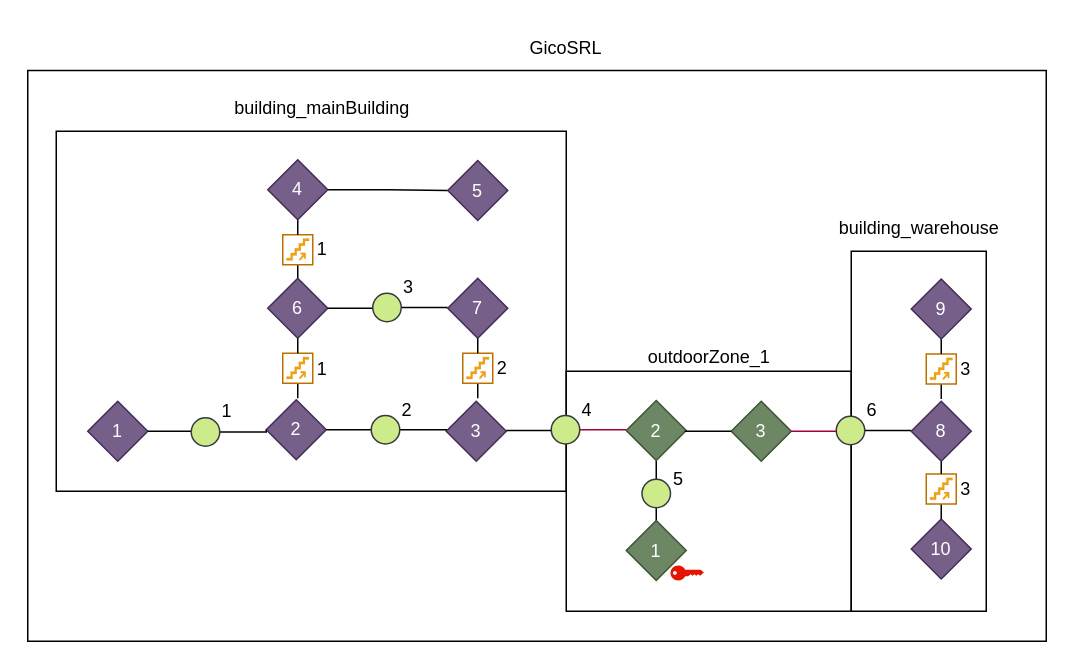
Earlier version of the draw.io diagram surveillance_map_reboot.drawio (Paro2621/AI). Source tidied: cells renumbered, new cells numbered last; positions are measured from the earlier drawing's top-left corner, leaving out a move shared by most shapes. Both pictures are drawn from the tidied source at 150%, with x=0, y=0 at pixel (27, 26).
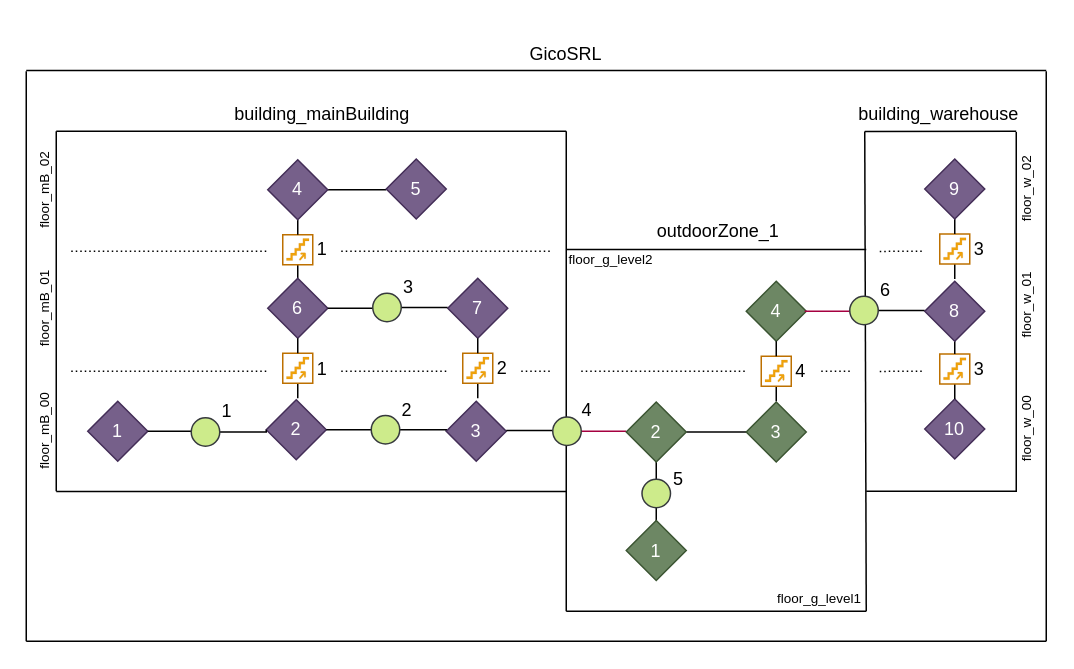
The same page after the edit.

The edit, as a diff of the source:
```diff
@@
-    <mxCell id="2" style="rounded=0;whiteSpace=wrap;html=1;fillColor=none;" parent="1" vertex="1">
-      <mxGeometry y="29.5" width="679" height="380.5" as="geometry" />
-    </mxCell>
-    <mxCell id="3" style="rounded=0;whiteSpace=wrap;html=1;fillColor=none;" parent="1" vertex="1">
-      <mxGeometry x="549" y="150" width="90" height="240" as="geometry" />
-    </mxCell>
-    <mxCell id="4" style="rounded=0;whiteSpace=wrap;html=1;fillColor=none;" parent="1" vertex="1">
-      <mxGeometry x="19" y="70" width="340" height="240" as="geometry" />
-    </mxCell>
-    <mxCell id="5" style="rounded=0;whiteSpace=wrap;html=1;fillColor=none;" parent="1" vertex="1">
-      <mxGeometry x="359" y="230" width="190" height="160" as="geometry" />
-    </mxCell>
+    <mxCell id="75" style="endArrow=none;html=1;rounded=0;" parent="1" edge="1">
+      <mxGeometry relative="1" as="geometry">
+        <mxPoint x="559" y="390" as="sourcePoint" />
+        <mxPoint x="558" y="70.1" as="targetPoint" />
+      </mxGeometry>
+    </mxCell>
+    <mxCell id="76" style="endArrow=none;html=1;rounded=0;" parent="1" edge="1">
+      <mxGeometry relative="1" as="geometry">
+        <mxPoint x="359" y="390" as="sourcePoint" />
+        <mxPoint x="359" y="70" as="targetPoint" />
+      </mxGeometry>
+    </mxCell>
@@
     <mxCell id="17" value="5" style="rhombus;whiteSpace=wrap;html=1;fillColor=#76608a;fontColor=#ffffff;strokeColor=#432D57;" parent="1" vertex="1">
-      <mxGeometry x="280" y="89.5" width="40" height="40" as="geometry" />
+      <mxGeometry x="239" y="88.5" width="40" height="40" as="geometry" />
     </mxCell>
@@
-    <mxCell id="22" value="3" style="rhombus;whiteSpace=wrap;html=1;fillColor=#6d8764;strokeColor=#3A5431;fontColor=#ffffff;" parent="1" vertex="1">
-      <mxGeometry x="469" y="250" width="40" height="40" as="geometry" />
+    <mxCell id="22" value="4" style="rhombus;whiteSpace=wrap;html=1;fillColor=#6d8764;strokeColor=#3A5431;fontColor=#ffffff;" parent="1" vertex="1">
+      <mxGeometry x="479" y="170" width="40" height="40" as="geometry" />
     </mxCell>
@@
-    <mxCell id="25" style="ellipse;whiteSpace=wrap;html=1;fillColor=#cdeb8b;strokeColor=#36393d;" parent="1" vertex="1">
-      <mxGeometry x="349" y="259.5" width="19" height="19" as="geometry" />
+    <mxCell id="25" style="ellipse;whiteSpace=wrap;html=1;fillColor=#cdeb8b;strokeColor=#36393d;rotation=0;" parent="1" vertex="1">
+      <mxGeometry x="350" y="260.5" width="19" height="19" as="geometry" />
     </mxCell>
@@
     <mxCell id="27" style="edgeStyle=orthogonalEdgeStyle;rounded=0;jettySize=auto;html=1;exitX=1;exitY=0.5;exitDx=0;exitDy=0;entryX=0;entryY=0.5;entryDx=0;entryDy=0;endArrow=none;endFill=0;fillColor=#d80073;strokeColor=#A50040;" parent="1" edge="1" target="29">
       <mxGeometry relative="1" as="geometry">
-        <mxPoint x="509" y="270" as="sourcePoint" />
+        <mxPoint x="518" y="190" as="sourcePoint" />
       </mxGeometry>
     </mxCell>
@@
     <mxCell id="29" style="ellipse;whiteSpace=wrap;html=1;fillColor=#cdeb8b;strokeColor=#36393d;" parent="1" vertex="1">
-      <mxGeometry x="539" y="260" width="19" height="19" as="geometry" />
+      <mxGeometry x="548" y="180" width="19" height="19" as="geometry" />
     </mxCell>
     <mxCell id="30" style="edgeStyle=orthogonalEdgeStyle;rounded=0;jettySize=auto;html=1;exitX=0.5;exitY=1;exitDx=0;exitDy=0;entryX=0.5;entryY=0;entryDx=0;entryDy=0;endArrow=none;endFill=0;" parent="1" edge="1" source="31">
       <mxGeometry relative="1" as="geometry">
-        <mxPoint x="609" y="248.5" as="targetPoint" />
+        <mxPoint x="618" y="168.5" as="targetPoint" />
       </mxGeometry>
     </mxCell>
     <mxCell id="31" style="rounded=0;whiteSpace=wrap;html=1;fillColor=none;fontColor=#000000;strokeColor=#BD7000;" parent="1" vertex="1">
-      <mxGeometry x="599" y="218.5" width="20" height="20" as="geometry" />
+      <mxGeometry x="608" y="138.5" width="20" height="20" as="geometry" />
     </mxCell>
     <mxCell id="32" style="shape=mxgraph.signs.travel.upstairs;html=1;fillColor=#f0a30a;strokeColor=#BD7000;verticalLabelPosition=bottom;verticalAlign=top;align=center;fontColor=#000000;strokeWidth=0;" parent="1" vertex="1">
-      <mxGeometry x="601.5" y="221" width="15" height="15" as="geometry" />
+      <mxGeometry x="610.5" y="141" width="15" height="15" as="geometry" />
     </mxCell>
@@
     <mxCell id="34" value="9" style="rhombus;whiteSpace=wrap;html=1;fillColor=#76608a;fontColor=#ffffff;strokeColor=#432D57;" parent="1" vertex="1">
-      <mxGeometry x="589" y="168.5" width="40" height="40" as="geometry" />
+      <mxGeometry x="598" y="88.5" width="40" height="40" as="geometry" />
     </mxCell>
     <mxCell id="35" value="10" style="rhombus;whiteSpace=wrap;html=1;fillColor=#76608a;fontColor=#ffffff;strokeColor=#432D57;" parent="1" vertex="1">
-      <mxGeometry x="589" y="328.5" width="40" height="40" as="geometry" />
+      <mxGeometry x="598" y="248.5" width="40" height="40" as="geometry" />
     </mxCell>
     <mxCell id="36" style="edgeStyle=orthogonalEdgeStyle;rounded=0;jettySize=auto;html=1;exitX=0.5;exitY=1;exitDx=0;exitDy=0;entryX=0.5;entryY=0;entryDx=0;entryDy=0;endArrow=none;endFill=0;" parent="1" edge="1" source="37">
       <mxGeometry relative="1" as="geometry">
-        <mxPoint x="609" y="328.5" as="targetPoint" />
+        <mxPoint x="618" y="248.5" as="targetPoint" />
       </mxGeometry>
     </mxCell>
     <mxCell id="37" style="rounded=0;whiteSpace=wrap;html=1;fillColor=none;fontColor=#000000;strokeColor=#BD7000;" parent="1" vertex="1">
-      <mxGeometry x="599" y="298.5" width="20" height="20" as="geometry" />
+      <mxGeometry x="608" y="218.5" width="20" height="20" as="geometry" />
     </mxCell>
     <mxCell id="38" style="shape=mxgraph.signs.travel.upstairs;html=1;fillColor=#f0a30a;strokeColor=#BD7000;verticalLabelPosition=bottom;verticalAlign=top;align=center;fontColor=#000000;strokeWidth=0;" parent="1" vertex="1">
-      <mxGeometry x="601.5" y="301" width="15" height="15" as="geometry" />
+      <mxGeometry x="610.5" y="221" width="15" height="15" as="geometry" />
     </mxCell>
     <mxCell id="39" style="edgeStyle=orthogonalEdgeStyle;rounded=0;jettySize=auto;html=1;exitX=0.5;exitY=1;exitDx=0;exitDy=0;entryX=0.5;entryY=0;entryDx=0;entryDy=0;endArrow=none;endFill=0;" parent="1" edge="1" target="37">
       <mxGeometry relative="1" as="geometry">
-        <mxPoint x="609" y="288.5" as="sourcePoint" />
+        <mxPoint x="618" y="208.5" as="sourcePoint" />
       </mxGeometry>
     </mxCell>
@@
     <mxCell id="52" value="8" style="rhombus;whiteSpace=wrap;html=1;fillColor=#76608a;fontColor=#ffffff;strokeColor=#432D57;" parent="1" vertex="1">
-      <mxGeometry x="589" y="250" width="40" height="40" as="geometry" />
+      <mxGeometry x="598" y="170" width="40" height="40" as="geometry" />
     </mxCell>
-    <mxCell id="53" style="verticalLabelPosition=bottom;sketch=0;html=1;verticalAlign=top;align=center;shape=mxgraph.cisco19.key;fillColor=#e51400;strokeColor=#B20000;fontColor=#ffffff;" parent="1" vertex="1">
-      <mxGeometry x="428.5" y="359.5" width="22.2" height="10" as="geometry" />
-    </mxCell>
@@
     <mxCell id="57" value="3" style="text;html=1;align=center;verticalAlign=middle;whiteSpace=wrap;rounded=0;" parent="1" vertex="1">
-      <mxGeometry x="619" y="216" width="12.5" height="25" as="geometry" />
+      <mxGeometry x="628" y="136" width="12.5" height="25" as="geometry" />
     </mxCell>
     <mxCell id="58" value="3" style="text;html=1;align=center;verticalAlign=middle;whiteSpace=wrap;rounded=0;" parent="1" vertex="1">
-      <mxGeometry x="619" y="296" width="12.5" height="25" as="geometry" />
+      <mxGeometry x="628" y="216" width="12.5" height="25" as="geometry" />
     </mxCell>
@@
     <mxCell id="63" value="6" style="text;html=1;align=center;verticalAlign=middle;whiteSpace=wrap;rounded=0;" parent="1" vertex="1">
-      <mxGeometry x="558" y="252.5" width="10" height="7.5" as="geometry" />
+      <mxGeometry x="567" y="172.5" width="10" height="7.5" as="geometry" />
     </mxCell>
     <mxCell id="64" value="building_mainBuilding" style="text;html=1;align=center;verticalAlign=middle;strokeColor=none;fillColor=none;" parent="1" vertex="1">
-      <mxGeometry x="126.3" y="40" width="140" height="30" as="geometry" />
+      <mxGeometry x="126.3" y="44" width="140" height="30" as="geometry" />
     </mxCell>
@@
+    <mxCell id="77" style="edgeStyle=orthogonalEdgeStyle;rounded=0;jettySize=auto;html=1;exitX=1;exitY=0.5;exitDx=0;exitDy=0;entryX=0;entryY=0.5;entryDx=0;entryDy=0;endArrow=none;endFill=0;" parent="1" edge="1" source="66" target="96">
+      <mxGeometry relative="1" as="geometry" />
+    </mxCell>
     <mxCell id="66" value="2" style="rhombus;whiteSpace=wrap;html=1;fillColor=#6d8764;strokeColor=#3A5431;fontColor=#ffffff;" parent="1" vertex="1">
-      <mxGeometry x="399" y="249.5" width="40" height="40" as="geometry" />
+      <mxGeometry x="399" y="250.5" width="40" height="40" as="geometry" />
     </mxCell>
-    <mxCell id="67" style="edgeStyle=orthogonalEdgeStyle;rounded=0;orthogonalLoop=1;jettySize=auto;html=1;exitX=1;exitY=0.5;exitDx=0;exitDy=0;entryX=0;entryY=0.5;entryDx=0;entryDy=0;endArrow=none;endFill=0;" parent="1" edge="1">
-      <mxGeometry relative="1" as="geometry">
-        <mxPoint x="438" y="270" as="sourcePoint" />
-        <mxPoint x="469" y="270.5" as="targetPoint" />
-      </mxGeometry>
-    </mxCell>
     <mxCell id="68" value="building_warehouse" style="text;html=1;align=center;verticalAlign=middle;strokeColor=none;fillColor=none;" parent="1" vertex="1">
-      <mxGeometry x="529" y="120" width="130" height="30" as="geometry" />
+      <mxGeometry x="541.5" y="44" width="130" height="30" as="geometry" />
     </mxCell>
     <mxCell id="69" value="outdoorZone_1" style="text;html=1;align=center;verticalAlign=middle;strokeColor=none;fillColor=none;" parent="1" vertex="1">
-      <mxGeometry x="404" y="205.5" width="100" height="30" as="geometry" />
+      <mxGeometry x="409.5" y="122" width="100" height="30" as="geometry" />
     </mxCell>
     <mxCell id="70" value="GicoSRL" style="text;html=1;align=center;verticalAlign=middle;whiteSpace=wrap;rounded=0;" parent="1" vertex="1">
-      <mxGeometry x="328.5" y="-0.5" width="60" height="30" as="geometry" />
+      <mxGeometry x="328.5" y="3.5" width="60" height="30" as="geometry" />
     </mxCell>
@@
+    <mxCell id="78" style="endArrow=none;html=1;rounded=0;" parent="1" edge="1">
+      <mxGeometry relative="1" as="geometry">
+        <mxPoint x="19" y="70" as="sourcePoint" />
+        <mxPoint x="359" y="70" as="targetPoint" />
+      </mxGeometry>
+    </mxCell>
+    <mxCell id="79" style="endArrow=none;html=1;rounded=0;" parent="1" edge="1">
+      <mxGeometry relative="1" as="geometry">
+        <mxPoint x="19" y="310.2" as="sourcePoint" />
+        <mxPoint x="359" y="310.2" as="targetPoint" />
+      </mxGeometry>
+    </mxCell>
+    <mxCell id="80" style="endArrow=none;html=1;rounded=0;" parent="1" edge="1">
+      <mxGeometry relative="1" as="geometry">
+        <mxPoint x="19" y="310" as="sourcePoint" />
+        <mxPoint x="19" y="70" as="targetPoint" />
+      </mxGeometry>
+    </mxCell>
+    <mxCell id="81" style="endArrow=none;dashed=1;html=1;rounded=0;dashPattern=1 2;" parent="1" edge="1">
+      <mxGeometry relative="1" as="geometry">
+        <mxPoint x="29" y="230" as="sourcePoint" />
+        <mxPoint x="159" y="230" as="targetPoint" />
+      </mxGeometry>
+    </mxCell>
+    <mxCell id="82" style="endArrow=none;dashed=1;html=1;rounded=0;dashPattern=1 2;" parent="1" edge="1">
+      <mxGeometry relative="1" as="geometry">
+        <mxPoint x="29" y="150" as="sourcePoint" />
+        <mxPoint x="159" y="150" as="targetPoint" />
+      </mxGeometry>
+    </mxCell>
+    <mxCell id="83" style="endArrow=none;dashed=1;html=1;rounded=0;dashPattern=1 2;" parent="1" edge="1">
+      <mxGeometry relative="1" as="geometry">
+        <mxPoint x="209" y="150" as="sourcePoint" />
+        <mxPoint x="349" y="150" as="targetPoint" />
+      </mxGeometry>
+    </mxCell>
+    <mxCell id="84" style="endArrow=none;dashed=1;html=1;rounded=0;dashPattern=1 2;" parent="1" edge="1">
+      <mxGeometry relative="1" as="geometry">
+        <mxPoint x="209" y="230" as="sourcePoint" />
+        <mxPoint x="279" y="230" as="targetPoint" />
+      </mxGeometry>
+    </mxCell>
+    <mxCell id="85" style="endArrow=none;dashed=1;html=1;rounded=0;dashPattern=1 2;" parent="1" edge="1">
+      <mxGeometry relative="1" as="geometry">
+        <mxPoint x="329" y="230" as="sourcePoint" />
+        <mxPoint x="349" y="230" as="targetPoint" />
+      </mxGeometry>
+    </mxCell>
+    <mxCell id="86" style="endArrow=none;html=1;rounded=0;" parent="1" edge="1">
+      <mxGeometry relative="1" as="geometry">
+        <mxPoint x="659" y="310.5" as="sourcePoint" />
+        <mxPoint x="659" y="70.5" as="targetPoint" />
+        <Array as="points">
+          <mxPoint x="659" y="190" />
+        </Array>
+      </mxGeometry>
+    </mxCell>
+    <mxCell id="87" style="endArrow=none;html=1;rounded=0;" parent="1" edge="1">
+      <mxGeometry relative="1" as="geometry">
+        <mxPoint x="558" y="70.1" as="sourcePoint" />
+        <mxPoint x="659" y="70" as="targetPoint" />
+      </mxGeometry>
+    </mxCell>
+    <mxCell id="88" style="endArrow=none;html=1;rounded=0;" parent="1" edge="1">
+      <mxGeometry relative="1" as="geometry">
+        <mxPoint x="359" y="390" as="sourcePoint" />
+        <mxPoint x="559" y="390" as="targetPoint" />
+      </mxGeometry>
+    </mxCell>
+    <mxCell id="89" style="endArrow=none;dashed=1;html=1;rounded=0;dashPattern=1 2;" parent="1" edge="1">
+      <mxGeometry relative="1" as="geometry">
+        <mxPoint x="568" y="230.1" as="sourcePoint" />
+        <mxPoint x="598" y="230" as="targetPoint" />
+      </mxGeometry>
+    </mxCell>
+    <mxCell id="90" style="endArrow=none;dashed=1;html=1;rounded=0;dashPattern=1 2;" parent="1" edge="1">
+      <mxGeometry relative="1" as="geometry">
+        <mxPoint x="568" y="150.1" as="sourcePoint" />
+        <mxPoint x="598" y="150" as="targetPoint" />
+      </mxGeometry>
+    </mxCell>
+    <mxCell id="91" style="endArrow=none;html=1;rounded=0;" parent="1" edge="1">
+      <mxGeometry relative="1" as="geometry">
+        <mxPoint x="359" y="148.8" as="sourcePoint" />
+        <mxPoint x="559" y="148.8" as="targetPoint" />
+      </mxGeometry>
+    </mxCell>
+    <mxCell id="92" style="endArrow=none;html=1;rounded=0;" parent="1" edge="1">
+      <mxGeometry relative="1" as="geometry">
+        <mxPoint x="-1" y="410" as="sourcePoint" />
+        <mxPoint x="-1" y="30" as="targetPoint" />
+      </mxGeometry>
+    </mxCell>
+    <mxCell id="93" style="endArrow=none;html=1;rounded=0;" parent="1" edge="1">
+      <mxGeometry relative="1" as="geometry">
+        <mxPoint x="679" y="410" as="sourcePoint" />
+        <mxPoint x="679" y="30" as="targetPoint" />
+      </mxGeometry>
+    </mxCell>
+    <mxCell id="94" style="endArrow=none;html=1;rounded=0;" parent="1" edge="1">
+      <mxGeometry relative="1" as="geometry">
+        <mxPoint x="-1" y="410" as="sourcePoint" />
+        <mxPoint x="679" y="410" as="targetPoint" />
+      </mxGeometry>
+    </mxCell>
+    <mxCell id="95" style="endArrow=none;html=1;rounded=0;" parent="1" edge="1">
+      <mxGeometry relative="1" as="geometry">
+        <mxPoint x="-1" y="29.5" as="sourcePoint" />
+        <mxPoint x="679" y="29.5" as="targetPoint" />
+      </mxGeometry>
+    </mxCell>
+    <mxCell id="96" value="3" style="rhombus;whiteSpace=wrap;html=1;fillColor=#6d8764;strokeColor=#3A5431;fontColor=#ffffff;" parent="1" vertex="1">
+      <mxGeometry x="479" y="250.5" width="40" height="40" as="geometry" />
+    </mxCell>
+    <mxCell id="97" style="edgeStyle=orthogonalEdgeStyle;rounded=0;jettySize=auto;html=1;exitX=0.5;exitY=1;exitDx=0;exitDy=0;entryX=0.5;entryY=0;entryDx=0;entryDy=0;endArrow=none;endFill=0;" parent="1" edge="1" source="98">
+      <mxGeometry relative="1" as="geometry">
+        <mxPoint x="499" y="250" as="targetPoint" />
+      </mxGeometry>
+    </mxCell>
+    <mxCell id="98" style="rounded=0;whiteSpace=wrap;html=1;fillColor=none;fontColor=#000000;strokeColor=#BD7000;" parent="1" vertex="1">
+      <mxGeometry x="489" y="220" width="20" height="20" as="geometry" />
+    </mxCell>
+    <mxCell id="99" style="shape=mxgraph.signs.travel.upstairs;html=1;fillColor=#f0a30a;strokeColor=#BD7000;verticalLabelPosition=bottom;verticalAlign=top;align=center;fontColor=#000000;strokeWidth=0;" parent="1" vertex="1">
+      <mxGeometry x="491.5" y="222.5" width="15" height="15" as="geometry" />
+    </mxCell>
+    <mxCell id="100" style="edgeStyle=orthogonalEdgeStyle;rounded=0;jettySize=auto;html=1;exitX=0.5;exitY=1;exitDx=0;exitDy=0;entryX=0.5;entryY=0;entryDx=0;entryDy=0;endArrow=none;endFill=0;" parent="1" edge="1" target="98">
+      <mxGeometry relative="1" as="geometry">
+        <mxPoint x="499" y="210" as="sourcePoint" />
+      </mxGeometry>
+    </mxCell>
+    <mxCell id="101" value="4" style="text;html=1;align=center;verticalAlign=middle;whiteSpace=wrap;rounded=0;" parent="1" vertex="1">
+      <mxGeometry x="509" y="217.5" width="12.5" height="25" as="geometry" />
+    </mxCell>
+    <mxCell id="102" style="endArrow=none;html=1;rounded=0;" parent="1" edge="1">
+      <mxGeometry relative="1" as="geometry">
+        <mxPoint x="559" y="310" as="sourcePoint" />
+        <mxPoint x="659" y="310" as="targetPoint" />
+      </mxGeometry>
+    </mxCell>
+    <mxCell id="103" style="endArrow=none;dashed=1;html=1;rounded=0;dashPattern=1 2;" parent="1" edge="1">
+      <mxGeometry relative="1" as="geometry">
+        <mxPoint x="369" y="230" as="sourcePoint" />
+        <mxPoint x="479" y="230" as="targetPoint" />
+      </mxGeometry>
+    </mxCell>
+    <mxCell id="104" style="endArrow=none;dashed=1;html=1;rounded=0;dashPattern=1 2;" parent="1" edge="1">
+      <mxGeometry relative="1" as="geometry">
+        <mxPoint x="529" y="230" as="sourcePoint" />
+        <mxPoint x="549" y="230" as="targetPoint" />
+      </mxGeometry>
+    </mxCell>
+    <mxCell id="105" value="floor_mB_00" style="text;html=1;align=center;verticalAlign=middle;whiteSpace=wrap;rounded=0;rotation=-90;fontSize=9;fontFamily=Helvetica;" parent="1" vertex="1">
+      <mxGeometry x="-16.6" y="261.9" width="56" height="15.5" as="geometry" />
+    </mxCell>
+    <mxCell id="106" value="floor_mB_01" style="text;html=1;align=center;verticalAlign=middle;whiteSpace=wrap;rounded=0;rotation=-90;fontSize=9;fontFamily=Helvetica;" parent="1" vertex="1">
+      <mxGeometry x="-16.6" y="180.2" width="56" height="15.5" as="geometry" />
+    </mxCell>
+    <mxCell id="107" value="floor_mB_02" style="text;html=1;align=center;verticalAlign=middle;whiteSpace=wrap;rounded=0;rotation=-90;fontSize=9;fontFamily=Helvetica;" parent="1" vertex="1">
+      <mxGeometry x="-16.6" y="101.2" width="56" height="15.5" as="geometry" />
+    </mxCell>
+    <mxCell id="108" value="floor_w_00" style="text;html=1;align=center;verticalAlign=middle;whiteSpace=wrap;rounded=0;rotation=-90;fontSize=9;fontFamily=Helvetica;" parent="1" vertex="1">
+      <mxGeometry x="638" y="260.8" width="56" height="15.5" as="geometry" />
+    </mxCell>
+    <mxCell id="109" value="floor_w_01" style="text;html=1;align=center;verticalAlign=middle;whiteSpace=wrap;rounded=0;rotation=-90;fontSize=9;fontFamily=Helvetica;" parent="1" vertex="1">
+      <mxGeometry x="638" y="178.2" width="56" height="15.5" as="geometry" />
+    </mxCell>
+    <mxCell id="110" value="floor_w_02" style="text;html=1;align=center;verticalAlign=middle;whiteSpace=wrap;rounded=0;rotation=-90;fontSize=9;fontFamily=Helvetica;" parent="1" vertex="1">
+      <mxGeometry x="638" y="100.8" width="56" height="15.5" as="geometry" />
+    </mxCell>
+    <mxCell id="111" value="floor_g_level1" style="text;html=1;align=center;verticalAlign=middle;whiteSpace=wrap;rounded=0;rotation=0;fontSize=9;fontFamily=Helvetica;" parent="1" vertex="1">
+      <mxGeometry x="500" y="374.5" width="56" height="15.5" as="geometry" />
+    </mxCell>
+    <mxCell id="112" value="floor_g_level2" style="text;html=1;align=center;verticalAlign=middle;whiteSpace=wrap;rounded=0;rotation=0;fontSize=9;fontFamily=Helvetica;" parent="1" vertex="1">
+      <mxGeometry x="361" y="148.5" width="56" height="15.5" as="geometry" />
+    </mxCell>
```
